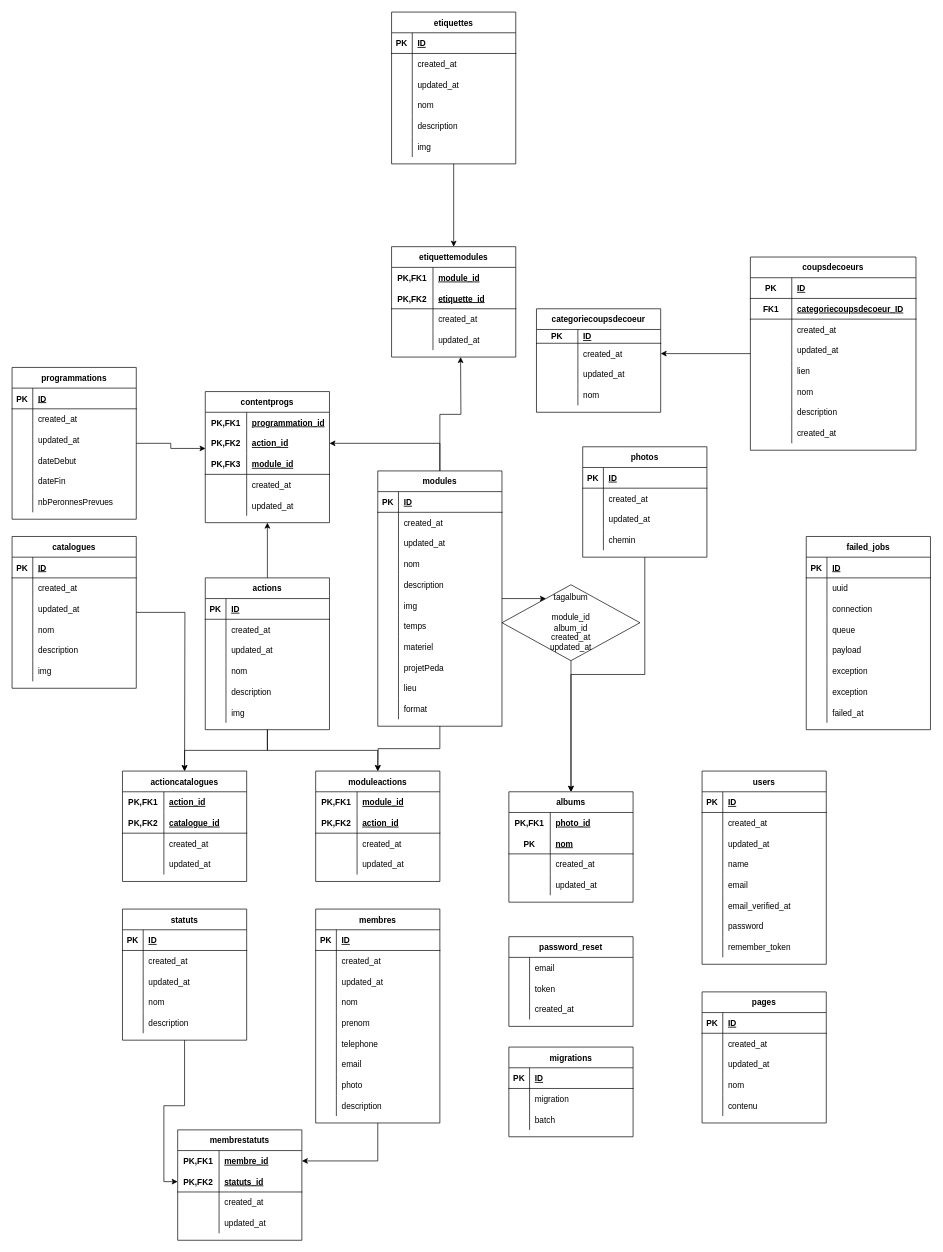
drkaine/ApprentisPasSages keeps this draw.io diagram as schema_entite_relation_apprentis_pas_sages.drawio. Above is the earlier version. Source tidied: cells renumbered, new cells numbered last; positions are measured from the earlier drawing's top-left corner, leaving out a move shared by most shapes. Both pictures are drawn from the tidied source at 69%, with x=0, y=0 at pixel (12, 12).
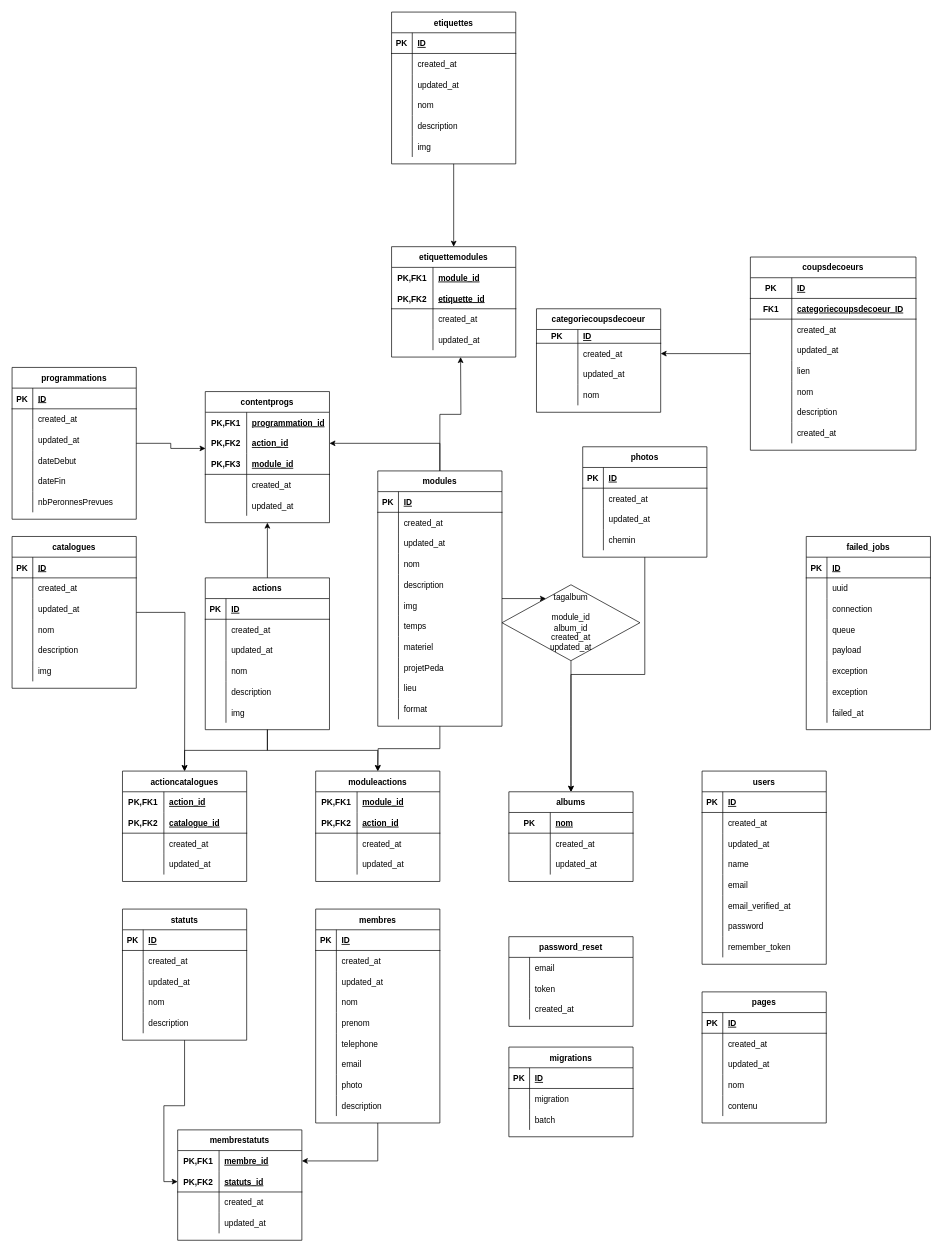
After the change.

What changed in the source:
```diff
@@
     <mxCell id="151" value="albums" style="shape=table;startSize=30;childLayout=tableLayout;rowLines=0;fontStyle=1;align=center;" parent="1" vertex="1">
-      <mxGeometry x="720" y="1130" width="180" height="160" as="geometry" />
+      <mxGeometry x="720" y="1130" width="180" height="130" as="geometry" />
     </mxCell>
-    <mxCell id="152" style="shape=partialRectangle;fillColor=none;top=0;left=0;bottom=0;right=0;" parent="151" vertex="1">
-      <mxGeometry y="30" width="180" height="30" as="geometry" />
-    </mxCell>
-    <mxCell id="153" value="PK,FK1" style="shape=partialRectangle;fillColor=none;top=0;left=0;bottom=0;right=0;fontStyle=1;overflow=hidden;" parent="152" vertex="1">
-      <mxGeometry width="60" height="30" as="geometry" />
-    </mxCell>
-    <mxCell id="154" value="photo_id" style="shape=partialRectangle;fillColor=none;top=0;left=0;bottom=0;right=0;align=left;spacingLeft=6;fontStyle=5;overflow=hidden;" parent="152" vertex="1">
-      <mxGeometry x="60" width="120" height="30" as="geometry" />
-    </mxCell>
     <mxCell id="155" style="shape=partialRectangle;fillColor=none;top=0;left=0;bottom=1;right=0;" parent="151" vertex="1">
-      <mxGeometry y="60" width="180" height="30" as="geometry" />
+      <mxGeometry y="30" width="180" height="30" as="geometry" />
     </mxCell>
@@
     <mxCell id="158" style="shape=partialRectangle;fillColor=none;top=0;left=0;bottom=0;right=0;" parent="151" vertex="1">
-      <mxGeometry y="90" width="180" height="30" as="geometry" />
+      <mxGeometry y="60" width="180" height="30" as="geometry" />
     </mxCell>
@@
     <mxCell id="161" style="shape=partialRectangle;fillColor=none;top=0;left=0;bottom=0;right=0;" parent="151" vertex="1">
-      <mxGeometry y="120" width="180" height="30" as="geometry" />
+      <mxGeometry y="90" width="180" height="30" as="geometry" />
     </mxCell>
```
